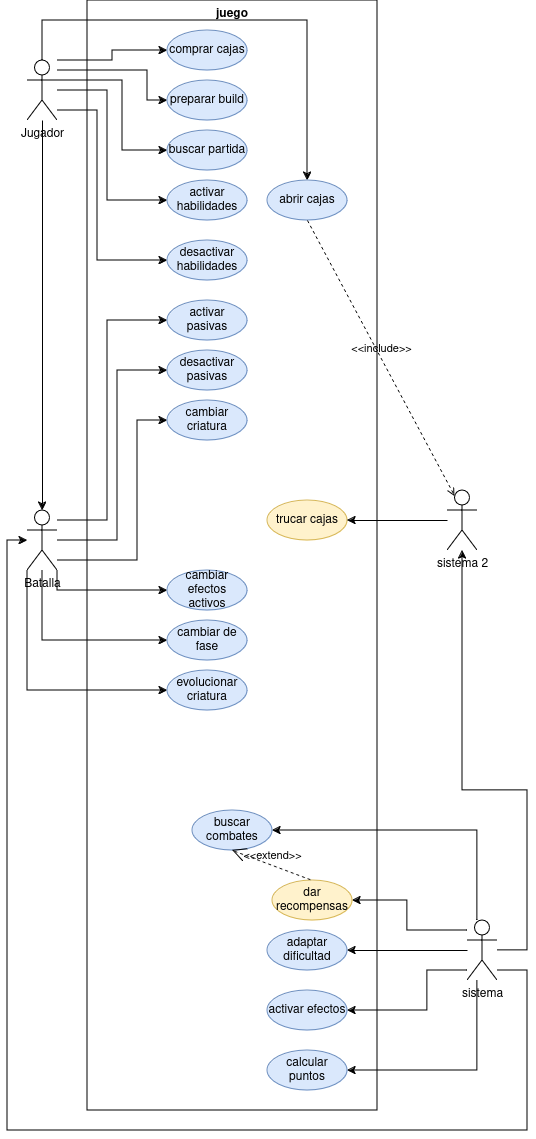
Above: juego de monstruos.png in gian700/Proyecto (draw.io), before the change. Source tidied: cells renumbered, new cells last; positions are measured from the earlier drawing's top-left corner, leaving out a move shared by most shapes.
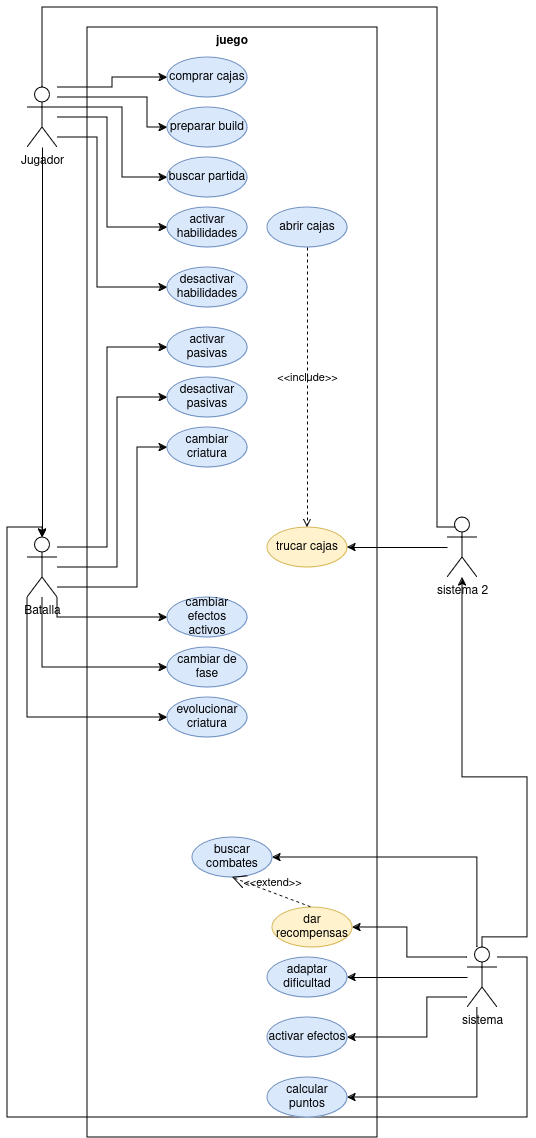
The same file after the commit.

Diff of the diagram source:
```diff
@@ -28,11 +28,12 @@
         </Array>
       </mxGeometry>
     </mxCell>
-    <mxCell id="6" style="edgeStyle=orthogonalEdgeStyle;rounded=0;jettySize=auto;html=1;entryX=0.5;entryY=0;entryDx=0;entryDy=0;" parent="1" edge="1" source="9" target="22">
+    <mxCell id="6" style="edgeStyle=orthogonalEdgeStyle;rounded=0;jettySize=auto;html=1;entryX=0.5;entryY=0;entryDx=0;entryDy=0;entryPerimeter=0;" parent="1" edge="1" source="9" target="46">
       <mxGeometry relative="1" as="geometry">
         <Array as="points">
-          <mxPoint x="35" y="20" />
-          <mxPoint x="300" y="20" />
+          <mxPoint x="35" y="-20" />
+          <mxPoint x="430" y="-20" />
+          <mxPoint x="430" y="500" />
         </Array>
       </mxGeometry>
     </mxCell>
@@ -139,9 +140,9 @@
     <mxCell id="28" style="edgeStyle=orthogonalEdgeStyle;rounded=0;jettySize=auto;html=1;" parent="1" edge="1" source="35" target="46">
       <mxGeometry relative="1" as="geometry">
         <Array as="points">
-          <mxPoint x="520" y="950" />
-          <mxPoint x="520" y="790" />
-          <mxPoint x="455" y="790" />
+          <mxPoint x="520" y="910" />
+          <mxPoint x="520" y="750" />
+          <mxPoint x="455" y="750" />
         </Array>
       </mxGeometry>
     </mxCell>
@@ -171,10 +172,10 @@
     <mxCell id="32" style="edgeStyle=orthogonalEdgeStyle;rounded=0;jettySize=auto;html=1;" parent="1" edge="1" source="35" target="20">
       <mxGeometry relative="1" as="geometry">
         <Array as="points">
-          <mxPoint x="520" y="970" />
-          <mxPoint x="520" y="1130" />
-          <mxPoint y="1130" />
-          <mxPoint y="540" />
+          <mxPoint x="520" y="930" />
+          <mxPoint x="520" y="1090" />
+          <mxPoint y="1090" />
+          <mxPoint y="500" />
         </Array>
       </mxGeometry>
     </mxCell>
@@ -215,7 +216,7 @@
     <mxCell id="43" value="&amp;lt;&amp;lt;extend&amp;gt;&amp;gt;" style="edgeStyle=none;html=1;startArrow=open;endArrow=none;startSize=12;verticalAlign=bottom;dashed=1;labelBackgroundColor=none;rounded=0;entryX=0.5;entryY=0;entryDx=0;entryDy=0;exitX=0.5;exitY=1;exitDx=0;exitDy=0;" parent="1" edge="1" source="39" target="40">
       <mxGeometry relative="1" as="geometry" />
     </mxCell>
-    <mxCell id="44" value="&amp;lt;&amp;lt;include&amp;gt;&amp;gt;" style="edgeStyle=none;html=1;endArrow=open;verticalAlign=bottom;dashed=1;labelBackgroundColor=none;rounded=0;exitX=0.5;exitY=1;exitDx=0;exitDy=0;entryX=0.25;entryY=0.1;entryDx=0;entryDy=0;entryPerimeter=0;" parent="1" edge="1" source="22" target="46">
+    <mxCell id="44" value="&amp;lt;&amp;lt;include&amp;gt;&amp;gt;" style="edgeStyle=none;html=1;endArrow=open;verticalAlign=bottom;dashed=1;labelBackgroundColor=none;rounded=0;exitX=0.5;exitY=1;exitDx=0;exitDy=0;entryX=0.5;entryY=0;entryDx=0;entryDy=0;" parent="1" edge="1" source="22" target="37">
       <mxGeometry relative="1" as="geometry" />
     </mxCell>
     <mxCell id="45" style="edgeStyle=orthogonalEdgeStyle;rounded=0;jettySize=auto;html=1;" parent="1" edge="1" source="46" target="37">
```
